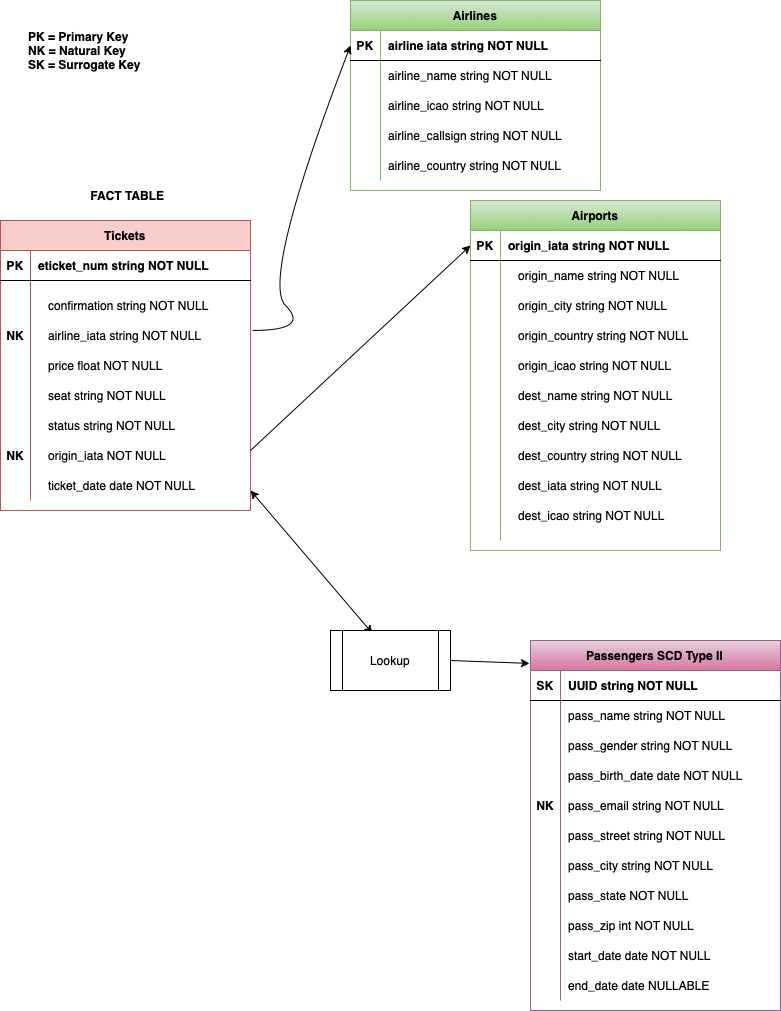
The draw.io diagram img/air_travel_ERD.png in thehalfkoreanzombie/CR-8-Data-Modeling, before a commit. Source tidied: cells renumbered, new cells last; positions are measured from the earlier drawing's top-left corner, leaving out a move shared by most shapes.
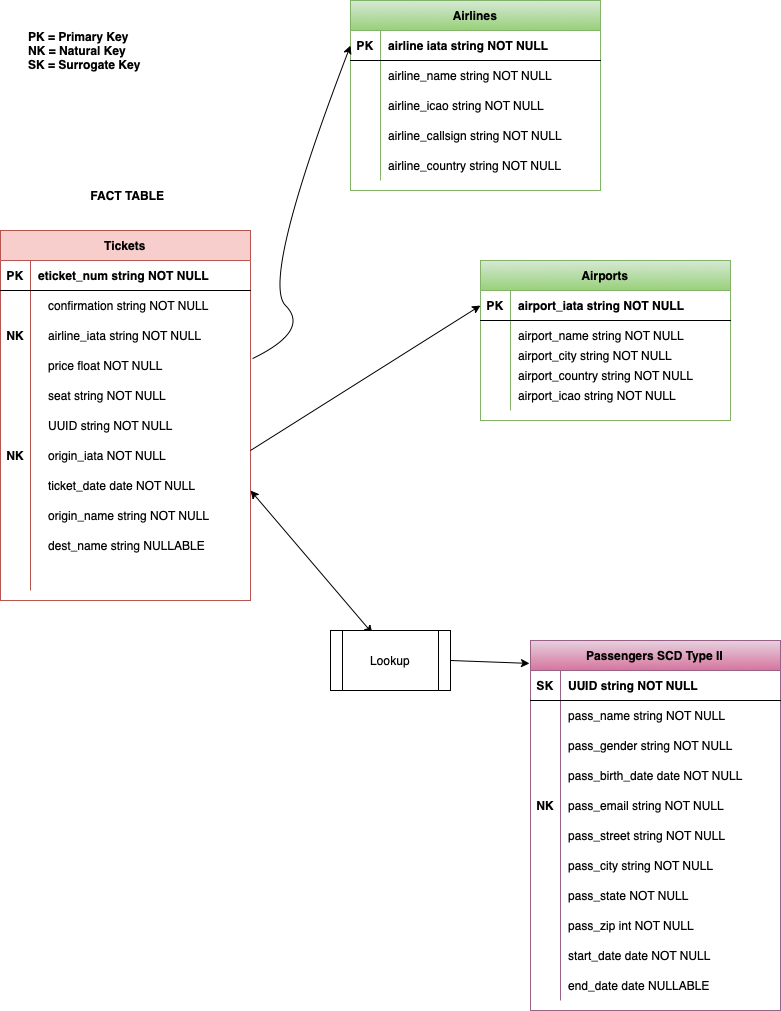
Above is the later version.

Commit message:
altered ERD and finished loading tickets fact table

Change to the diagram source:
```diff
@@ -14,11 +14,11 @@
     <mxCell id="5" value="confirmation string NOT NULL" style="shape=partialRectangle;overflow=hidden;fillColor=none;top=0;left=0;bottom=0;right=0;align=left;spacingLeft=6;" parent="1" vertex="1">
       <mxGeometry x="40" y="290" width="220" height="30" as="geometry" />
     </mxCell>
-    <mxCell id="6" value="status string NOT NULL" style="shape=partialRectangle;overflow=hidden;fillColor=none;top=0;left=0;bottom=0;right=0;align=left;spacingLeft=6;" parent="1" vertex="1">
+    <mxCell id="6" value="UUID string NOT NULL" style="shape=partialRectangle;overflow=hidden;fillColor=none;top=0;left=0;bottom=0;right=0;align=left;spacingLeft=6;" parent="1" vertex="1">
       <mxGeometry x="40" y="410" width="220" height="30" as="geometry" />
     </mxCell>
     <mxCell id="7" value="Tickets" style="shape=table;startSize=30;rowLines=0;fontStyle=1;align=center;fillColor=#f8cecc;strokeColor=#b85450;shadow=0;" parent="1" vertex="1">
-      <mxGeometry y="220" width="250" height="290" as="geometry" />
+      <mxGeometry y="230" width="250" height="370" as="geometry" />
     </mxCell>
     <mxCell id="8" style="shape=partialRectangle;fillColor=none;top=0;left=0;right=0;bottom=1;" parent="7" vertex="1">
       <mxGeometry y="30" width="250" height="30" as="geometry" />
@@ -30,13 +30,13 @@
       <mxGeometry x="30" width="220" height="30" as="geometry" />
     </mxCell>
     <mxCell id="11" style="shape=partialRectangle;fillColor=none;points=[[0,0.5],[1,0.5]];portConstraint=eastwest;top=0;left=0;right=0;bottom=0;" parent="7" vertex="1">
-      <mxGeometry y="60" width="250" height="220" as="geometry" />
+      <mxGeometry y="60" width="250" height="300" as="geometry" />
     </mxCell>
     <mxCell id="12" style="shape=partialRectangle;overflow=hidden;fillColor=none;top=0;left=0;bottom=0;right=0;" parent="11" vertex="1">
-      <mxGeometry width="30" height="220" as="geometry" />
+      <mxGeometry width="30" height="300" as="geometry" />
     </mxCell>
     <mxCell id="13" style="shape=partialRectangle;overflow=hidden;fillColor=none;top=0;left=0;bottom=0;right=0;align=left;spacingLeft=6;" parent="11" vertex="1">
-      <mxGeometry x="30" width="220" height="220" as="geometry" />
+      <mxGeometry x="30" width="220" height="300" as="geometry" />
     </mxCell>
     <mxCell id="14" value="Airlines" style="shape=table;startSize=30;rowLines=0;fontStyle=1;align=center;shadow=0;fillColor=#d5e8d4;strokeColor=#82b366;gradientColor=#97d077;" parent="1" vertex="1">
       <mxGeometry x="350" width="250" height="190" as="geometry" />
@@ -78,7 +78,7 @@
       <mxGeometry x="380" y="150" width="220" height="30" as="geometry" />
     </mxCell>
     <mxCell id="27" value="Airports" style="shape=table;startSize=30;rowLines=0;fontStyle=1;align=center;fillColor=#d5e8d4;strokeColor=#82b366;shadow=0;gradientColor=#97d077;" parent="1" vertex="1">
-      <mxGeometry x="470" y="200" width="250" height="350" as="geometry" />
+      <mxGeometry x="480" y="260" width="250" height="160" as="geometry" />
     </mxCell>
     <mxCell id="28" style="shape=partialRectangle;fillColor=none;points=[[0,0.5],[1,0.5]];portConstraint=eastwest;top=0;left=0;right=0;bottom=1;" parent="27" vertex="1">
       <mxGeometry y="30" width="250" height="30" as="geometry" />
@@ -86,17 +86,17 @@
     <mxCell id="29" value="PK" style="shape=partialRectangle;overflow=hidden;fillColor=none;top=0;left=0;bottom=0;right=0;fontStyle=1;" parent="28" vertex="1">
       <mxGeometry width="30" height="30" as="geometry" />
     </mxCell>
-    <mxCell id="30" value="origin_iata string NOT NULL" style="shape=partialRectangle;overflow=hidden;fillColor=none;top=0;left=0;bottom=0;right=0;align=left;spacingLeft=6;fontStyle=1;" parent="28" vertex="1">
+    <mxCell id="30" value="airport_iata string NOT NULL" style="shape=partialRectangle;overflow=hidden;fillColor=none;top=0;left=0;bottom=0;right=0;align=left;spacingLeft=6;fontStyle=1;" parent="28" vertex="1">
       <mxGeometry x="30" width="220" height="30" as="geometry" />
     </mxCell>
     <mxCell id="31" style="shape=partialRectangle;fillColor=none;top=0;left=0;right=0;bottom=0;" parent="27" vertex="1">
-      <mxGeometry y="60" width="250" height="280" as="geometry" />
+      <mxGeometry y="60" width="250" height="90" as="geometry" />
     </mxCell>
     <mxCell id="32" style="shape=partialRectangle;overflow=hidden;fillColor=none;top=0;left=0;bottom=0;right=0;" parent="31" vertex="1">
-      <mxGeometry width="30" height="280" as="geometry" />
+      <mxGeometry width="30" height="90" as="geometry" />
     </mxCell>
     <mxCell id="33" style="shape=partialRectangle;overflow=hidden;fillColor=none;top=0;left=0;bottom=0;right=0;align=left;spacingLeft=6;" parent="31" vertex="1">
-      <mxGeometry x="30" width="220" height="280" as="geometry" />
+      <mxGeometry x="30" width="220" height="90" as="geometry" />
     </mxCell>
     <mxCell id="34" style="curved=1;endArrow=classic;html=1;rounded=0;entryX=0;entryY=0.5;entryDx=0;entryDy=0;exitX=1.008;exitY=0.227;exitDx=0;exitDy=0;exitPerimeter=0;" parent="1" edge="1" source="11" target="15">
       <mxGeometry relative="1" as="geometry">
@@ -122,33 +122,18 @@
     <mxCell id="38" value="NK" style="shape=partialRectangle;overflow=hidden;fillColor=none;top=0;left=0;bottom=0;right=0;fontStyle=1;" parent="1" vertex="1">
       <mxGeometry y="440" width="30" height="30" as="geometry" />
     </mxCell>
-    <mxCell id="39" value="origin_name string NOT NULL" style="shape=partialRectangle;overflow=hidden;fillColor=none;top=0;left=0;bottom=0;right=0;align=left;spacingLeft=6;" parent="1" vertex="1">
-      <mxGeometry x="510" y="260" width="220" height="30" as="geometry" />
+    <mxCell id="39" value="airport_name string NOT NULL" style="shape=partialRectangle;overflow=hidden;fillColor=none;top=0;left=0;bottom=0;right=0;align=left;spacingLeft=6;" parent="1" vertex="1">
+      <mxGeometry x="510" y="320" width="220" height="30" as="geometry" />
     </mxCell>
-    <mxCell id="40" value="origin_city string NOT NULL" style="shape=partialRectangle;overflow=hidden;fillColor=none;top=0;left=0;bottom=0;right=0;align=left;spacingLeft=6;" parent="1" vertex="1">
-      <mxGeometry x="510" y="290" width="220" height="30" as="geometry" />
+    <mxCell id="40" value="airport_city string NOT NULL" style="shape=partialRectangle;overflow=hidden;fillColor=none;top=0;left=0;bottom=0;right=0;align=left;spacingLeft=6;" parent="1" vertex="1">
+      <mxGeometry x="510" y="340" width="220" height="30" as="geometry" />
     </mxCell>
-    <mxCell id="41" value="origin_country string NOT NULL" style="shape=partialRectangle;overflow=hidden;fillColor=none;top=0;left=0;bottom=0;right=0;align=left;spacingLeft=6;" parent="1" vertex="1">
-      <mxGeometry x="510" y="320" width="220" height="30" as="geometry" />
+    <mxCell id="41" value="airport_country string NOT NULL" style="shape=partialRectangle;overflow=hidden;fillColor=none;top=0;left=0;bottom=0;right=0;align=left;spacingLeft=6;" parent="1" vertex="1">
+      <mxGeometry x="510" y="360" width="220" height="30" as="geometry" />
     </mxCell>
-    <mxCell id="42" value="origin_icao string NOT NULL" style="shape=partialRectangle;overflow=hidden;fillColor=none;top=0;left=0;bottom=0;right=0;align=left;spacingLeft=6;" parent="1" vertex="1">
-      <mxGeometry x="510" y="350" width="220" height="30" as="geometry" />
+    <mxCell id="42" value="airport_icao string NOT NULL" style="shape=partialRectangle;overflow=hidden;fillColor=none;top=0;left=0;bottom=0;right=0;align=left;spacingLeft=6;" parent="1" vertex="1">
+      <mxGeometry x="510" y="380" width="220" height="30" as="geometry" />
     </mxCell>
-    <mxCell id="43" value="dest_name string NOT NULL" style="shape=partialRectangle;overflow=hidden;fillColor=none;top=0;left=0;bottom=0;right=0;align=left;spacingLeft=6;" parent="1" vertex="1">
-      <mxGeometry x="510" y="380" width="220" height="30" as="geometry" />
-    </mxCell>
-    <mxCell id="44" value="dest_city string NOT NULL" style="shape=partialRectangle;overflow=hidden;fillColor=none;top=0;left=0;bottom=0;right=0;align=left;spacingLeft=6;" parent="1" vertex="1">
-      <mxGeometry x="510" y="410" width="220" height="30" as="geometry" />
-    </mxCell>
-    <mxCell id="45" value="dest_country string NOT NULL" style="shape=partialRectangle;overflow=hidden;fillColor=none;top=0;left=0;bottom=0;right=0;align=left;spacingLeft=6;" parent="1" vertex="1">
-      <mxGeometry x="510" y="440" width="220" height="30" as="geometry" />
-    </mxCell>
-    <mxCell id="46" value="dest_iata string NOT NULL" style="shape=partialRectangle;overflow=hidden;fillColor=none;top=0;left=0;bottom=0;right=0;align=left;spacingLeft=6;" parent="1" vertex="1">
-      <mxGeometry x="510" y="470" width="220" height="30" as="geometry" />
-    </mxCell>
-    <mxCell id="47" value="dest_icao string NOT NULL" style="shape=partialRectangle;overflow=hidden;fillColor=none;top=0;left=0;bottom=0;right=0;align=left;spacingLeft=6;" parent="1" vertex="1">
-      <mxGeometry x="510" y="500" width="220" height="30" as="geometry" />
-    </mxCell>
     <mxCell id="48" value="Lookup" style="shape=process;whiteSpace=wrap;html=1;backgroundOutline=1;" parent="1" vertex="1">
       <mxGeometry x="330" y="630" width="120" height="60" as="geometry" />
     </mxCell>
@@ -217,5 +202,11 @@
     <mxCell id="69" value="end_date date NULLABLE" style="shape=partialRectangle;overflow=hidden;fillColor=none;top=0;left=0;bottom=0;right=0;align=left;spacingLeft=6;" parent="1" vertex="1">
       <mxGeometry x="560" y="970" width="220" height="30" as="geometry" />
     </mxCell>
+    <mxCell id="70" value="origin_name string NOT NULL" style="shape=partialRectangle;overflow=hidden;fillColor=none;top=0;left=0;bottom=0;right=0;align=left;spacingLeft=6;" parent="1" vertex="1">
+      <mxGeometry x="40" y="500" width="220" height="30" as="geometry" />
+    </mxCell>
+    <mxCell id="71" value="dest_name string NULLABLE" style="shape=partialRectangle;overflow=hidden;fillColor=none;top=0;left=0;bottom=0;right=0;align=left;spacingLeft=6;" parent="1" vertex="1">
+      <mxGeometry x="40" y="530" width="220" height="30" as="geometry" />
+    </mxCell>
   </root>
 </mxGraphModel>
```
